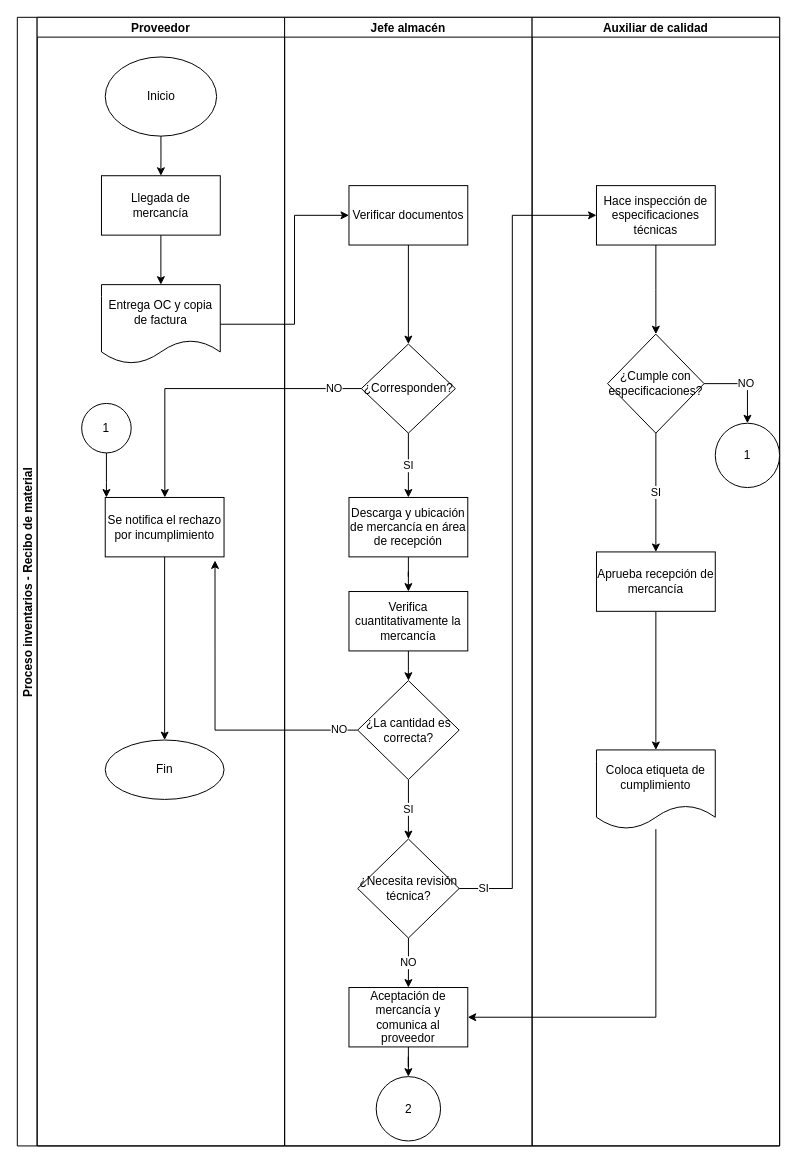
Earlier version of the draw.io diagram page "Page-1" (1 of 2) of 172285_Arandia_Recibo de material (adaptado).drawio (FerAran/Flowchart). Source tidied: cells renumbered, new cells numbered last; positions are measured from the earlier drawing's top-left corner, leaving out a move shared by most shapes. Both pictures are drawn from the tidied source at 99%, with x=0, y=0 at pixel (17, 17). Pictures stored in the file or linked from it are replaced by grey dashed boxes.
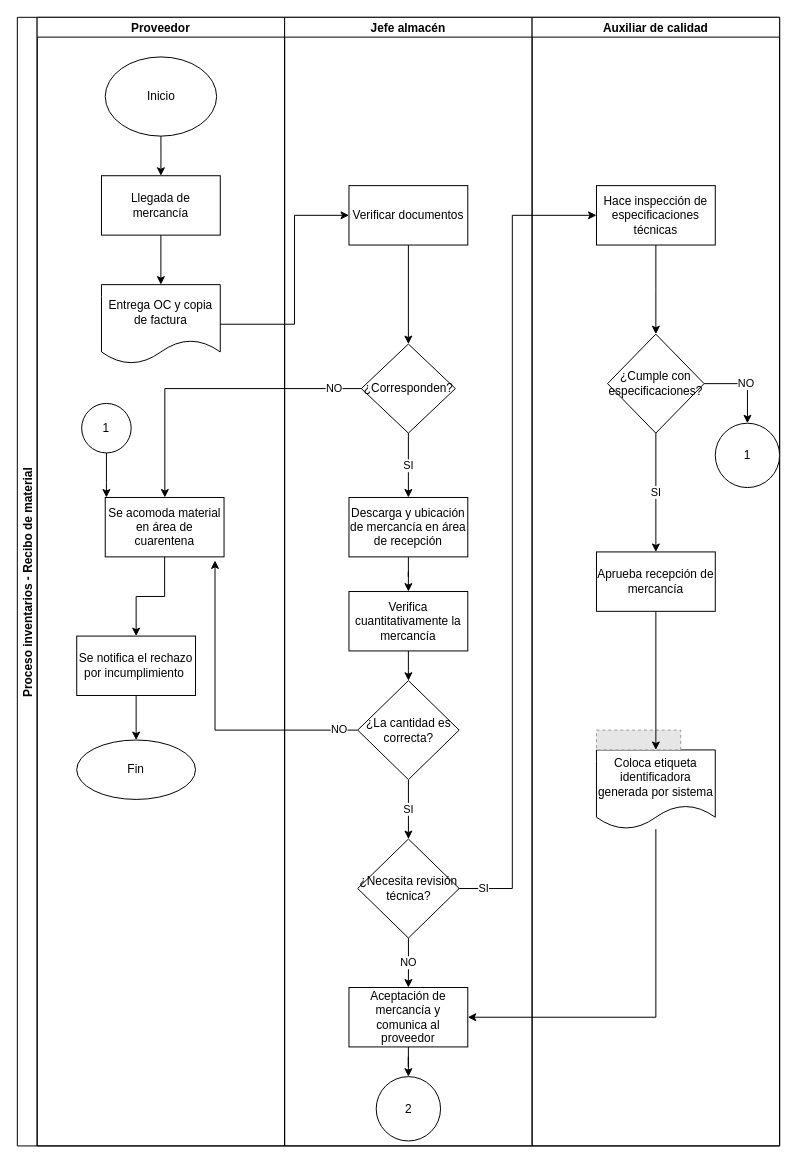
The same page after the edit.

Unchanged cells that the change refers to:
```xml
<mxCell id="3" value="Proveedor" style="swimlane;startSize=20;" parent="2" vertex="1">
  <mxGeometry x="20" width="250" height="1140" as="geometry" />
</mxCell>
<mxCell id="30" value="Auxiliar de calidad" style="swimlane;startSize=20;" parent="2" vertex="1">
  <mxGeometry x="520" width="250" height="1140" as="geometry" />
</mxCell>
<mxCell id="33" value="¿Cumple con especificaciones?" style="rhombus;whiteSpace=wrap;html=1;" parent="30" vertex="1">
  <mxGeometry x="76.2" y="320" width="97.5" height="100" as="geometry" />
</mxCell>
```

What changed in the source:
```diff
@@
-    <mxCell id="9" value="Se notifica el rechazo por incumplimiento" style="whiteSpace=wrap;html=1;" parent="3" vertex="1">
+    <mxCell id="9" value="Se acomoda material en área de cuarentena" style="whiteSpace=wrap;html=1;" parent="3" vertex="1">
       <mxGeometry x="68.8" y="485" width="120" height="60" as="geometry" />
     </mxCell>
@@
     <mxCell id="12" value="Fin" style="ellipse;whiteSpace=wrap;html=1;" parent="3" vertex="1">
-      <mxGeometry x="68.8" y="730" width="120" height="60" as="geometry" />
+      <mxGeometry x="40" y="730" width="120" height="60" as="geometry" />
     </mxCell>
-    <mxCell id="13" style="edgeStyle=orthogonalEdgeStyle;rounded=0;jettySize=auto;html=1;" parent="3" edge="1" source="9" target="12">
-      <mxGeometry relative="1" as="geometry" />
-    </mxCell>
+    <mxCell id="46" style="edgeStyle=orthogonalEdgeStyle;rounded=0;jettySize=auto;html=1;" parent="3" edge="1" source="47" target="12">
+      <mxGeometry relative="1" as="geometry" />
+    </mxCell>
+    <mxCell id="47" value="&lt;span style=&quot;&quot;&gt;Se notifica el rechazo por incumplimiento&amp;nbsp;&lt;/span&gt;" style="whiteSpace=wrap;html=1;" parent="3" vertex="1">
+      <mxGeometry x="40" y="625" width="120" height="60" as="geometry" />
+    </mxCell>
+    <mxCell id="48" style="edgeStyle=orthogonalEdgeStyle;rounded=0;jettySize=auto;html=1;" parent="3" edge="1" source="9" target="47">
+      <mxGeometry relative="1" as="geometry" />
+    </mxCell>
@@
-    <mxCell id="36" value="Coloca etiqueta de cumplimiento" style="shape=document;whiteSpace=wrap;html=1;boundedLbl=1;" parent="30" vertex="1">
+    <mxCell id="36" value="Coloca etiqueta identificadora generada por sistema" style="shape=document;whiteSpace=wrap;html=1;boundedLbl=1;" parent="30" vertex="1">
       <mxGeometry x="65" y="740" width="120" height="80" as="geometry" />
     </mxCell>
+    <mxCell id="44" value="Aprueba recepción de mercancía" style="whiteSpace=wrap;html=1;" parent="30" vertex="1">
+      <mxGeometry x="65" y="540" width="120" height="60" as="geometry" />
+    </mxCell>
+    <mxCell id="45" value="SI" style="edgeStyle=orthogonalEdgeStyle;rounded=0;jettySize=auto;html=1;" parent="30" edge="1" source="33" target="44">
+      <mxGeometry relative="1" as="geometry" />
+    </mxCell>
+    <mxCell id="49" style="fillColor=#E6E6E6;strokeColor=#999999;dashed=1;verticalLabelPosition=bottom;labelBackgroundColor=default;verticalAlign=top;" parent="30" vertex="1">
+      <mxGeometry x="65" y="720" width="85.1" height="20" as="geometry" />
+    </mxCell>
+    <mxCell id="43" style="edgeStyle=orthogonalEdgeStyle;rounded=0;jettySize=auto;html=1;entryX=0.5;entryY=0;entryDx=0;entryDy=0;" parent="30" edge="1" source="44" target="36">
+      <mxGeometry relative="1" as="geometry" />
+    </mxCell>
@@
-    <mxCell id="43" style="edgeStyle=orthogonalEdgeStyle;rounded=0;jettySize=auto;html=1;" parent="1" edge="1" source="44" target="36">
-      <mxGeometry relative="1" as="geometry" />
-    </mxCell>
-    <mxCell id="44" value="Aprueba recepción de mercancía" style="whiteSpace=wrap;html=1;" parent="1" vertex="1">
-      <mxGeometry x="585" y="540" width="120" height="60" as="geometry" />
-    </mxCell>
-    <mxCell id="45" value="SI" style="edgeStyle=orthogonalEdgeStyle;rounded=0;jettySize=auto;html=1;" parent="1" edge="1" source="33" target="44">
-      <mxGeometry relative="1" as="geometry" />
-    </mxCell>
```
